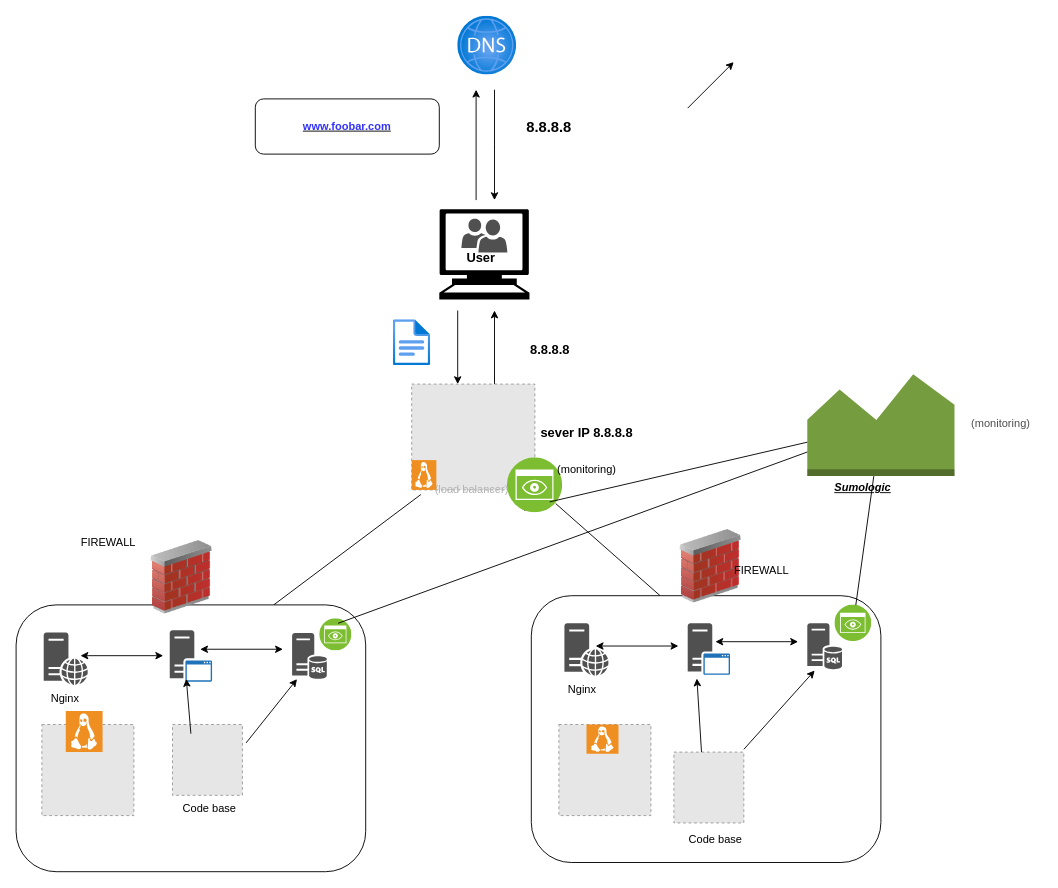
Earlier version of the draw.io diagram 0x09-web_infrastructure_design/Untitled Diagram.drawio (Cha1mae/alx-system_engineering-devops). Source tidied: cells renumbered, new cells numbered last; positions are measured from the earlier drawing's top-left corner, leaving out a move shared by most shapes. Both pictures are drawn from the tidied source at 92%, with x=0, y=0 at pixel (16, 16). Pictures stored in the file or linked from it are replaced by grey dashed boxes.
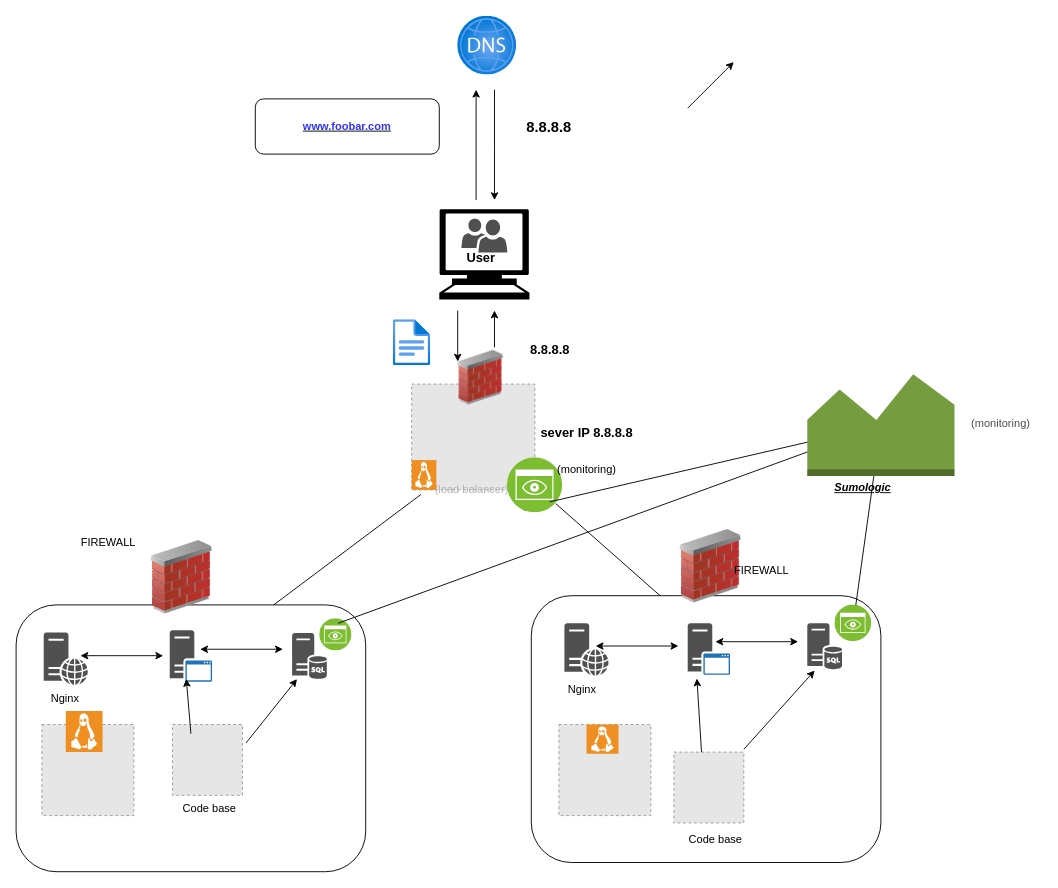
After the change.

Diff of the diagram source:
```diff
@@
+    <mxCell id="14" style="fillColor=#E6E6E6;strokeColor=#999999;dashed=1;verticalLabelPosition=bottom;labelBackgroundColor=default;verticalAlign=top;" parent="1" vertex="1">
+      <mxGeometry x="430" y="400" width="133.9" height="115" as="geometry" />
+    </mxCell>
@@
     <mxCell id="10" style="endArrow=classic;html=1;rounded=0;" parent="1" edge="1">
       <mxGeometry relative="1" as="geometry">
-        <mxPoint x="520" y="400" as="sourcePoint" />
+        <mxPoint x="520" y="360" as="sourcePoint" />
         <mxPoint x="520" y="320" as="targetPoint" />
       </mxGeometry>
     </mxCell>
-    <mxCell id="11" style="endArrow=classic;html=1;rounded=0;" parent="1" edge="1">
+    <mxCell id="11" style="endArrow=classic;html=1;rounded=0;entryX=0;entryY=0.25;entryDx=0;entryDy=0;" parent="1" edge="1" target="62">
       <mxGeometry relative="1" as="geometry">
         <mxPoint x="480" y="320" as="sourcePoint" />
-        <mxPoint x="480" y="400" as="targetPoint" />
       </mxGeometry>
     </mxCell>
@@
-    <mxCell id="14" style="fillColor=#E6E6E6;strokeColor=#999999;dashed=1;verticalLabelPosition=bottom;labelBackgroundColor=default;verticalAlign=top;" parent="1" vertex="1">
-      <mxGeometry x="430" y="400" width="133.9" height="115" as="geometry" />
-    </mxCell>
@@
+    <mxCell id="62" style="image;html=1;image=img/lib/clip_art/networking/Firewall_02_128x128.png;" parent="1" vertex="1">
+      <mxGeometry x="480" y="358" width="50" height="70" as="geometry" />
+    </mxCell>
```
